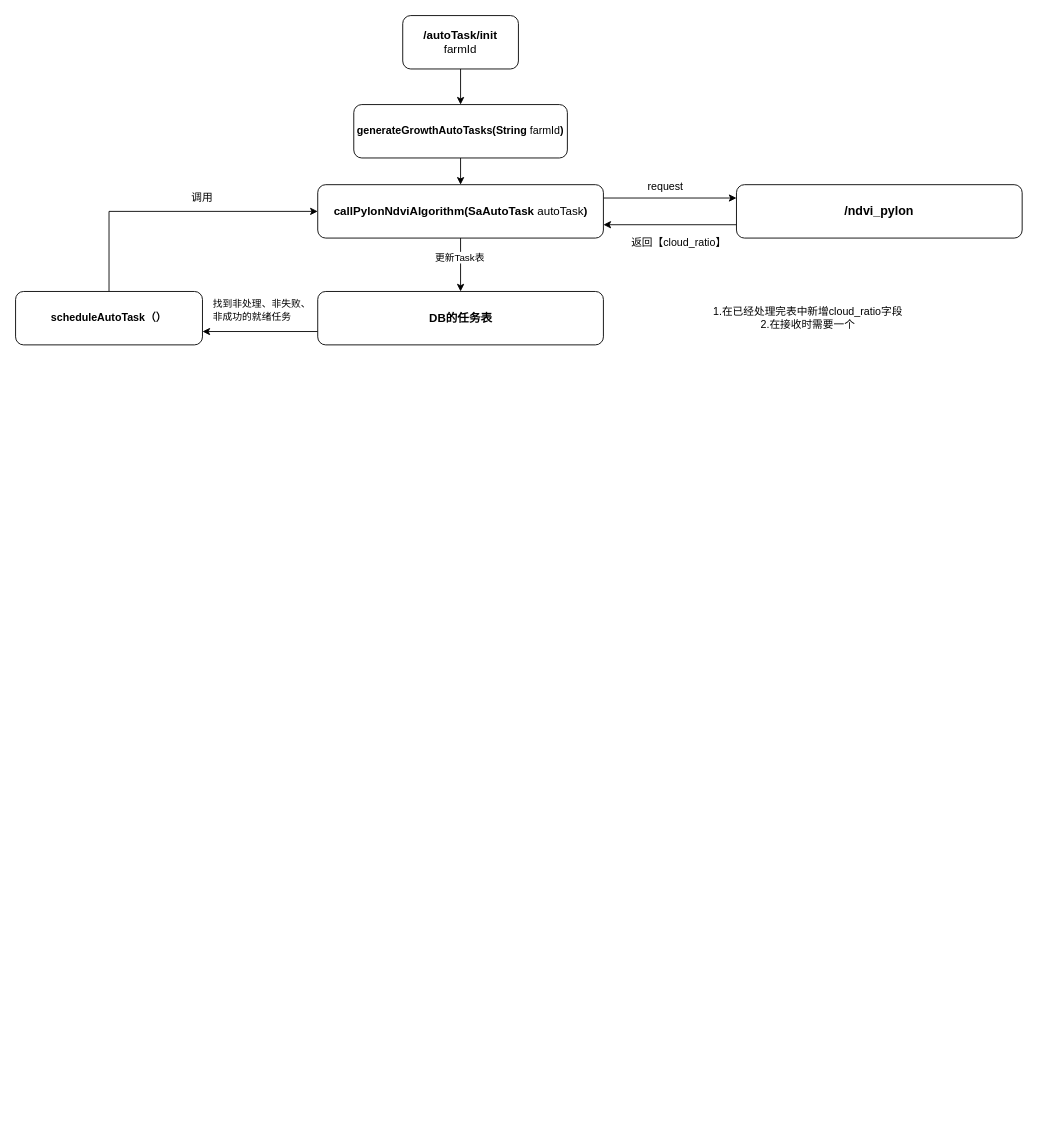
This is page "第 1 页" (1 of 2) of SA架构.drawio from RK-JD/DrawIO, a draw.io file, before an edit. Source tidied: cells renumbered, new cells numbered last; positions are measured from the earlier drawing's top-left corner, leaving out a move shared by most shapes. Both pictures are drawn from the tidied source at 89%, with x=0, y=0 at pixel (15, 15).
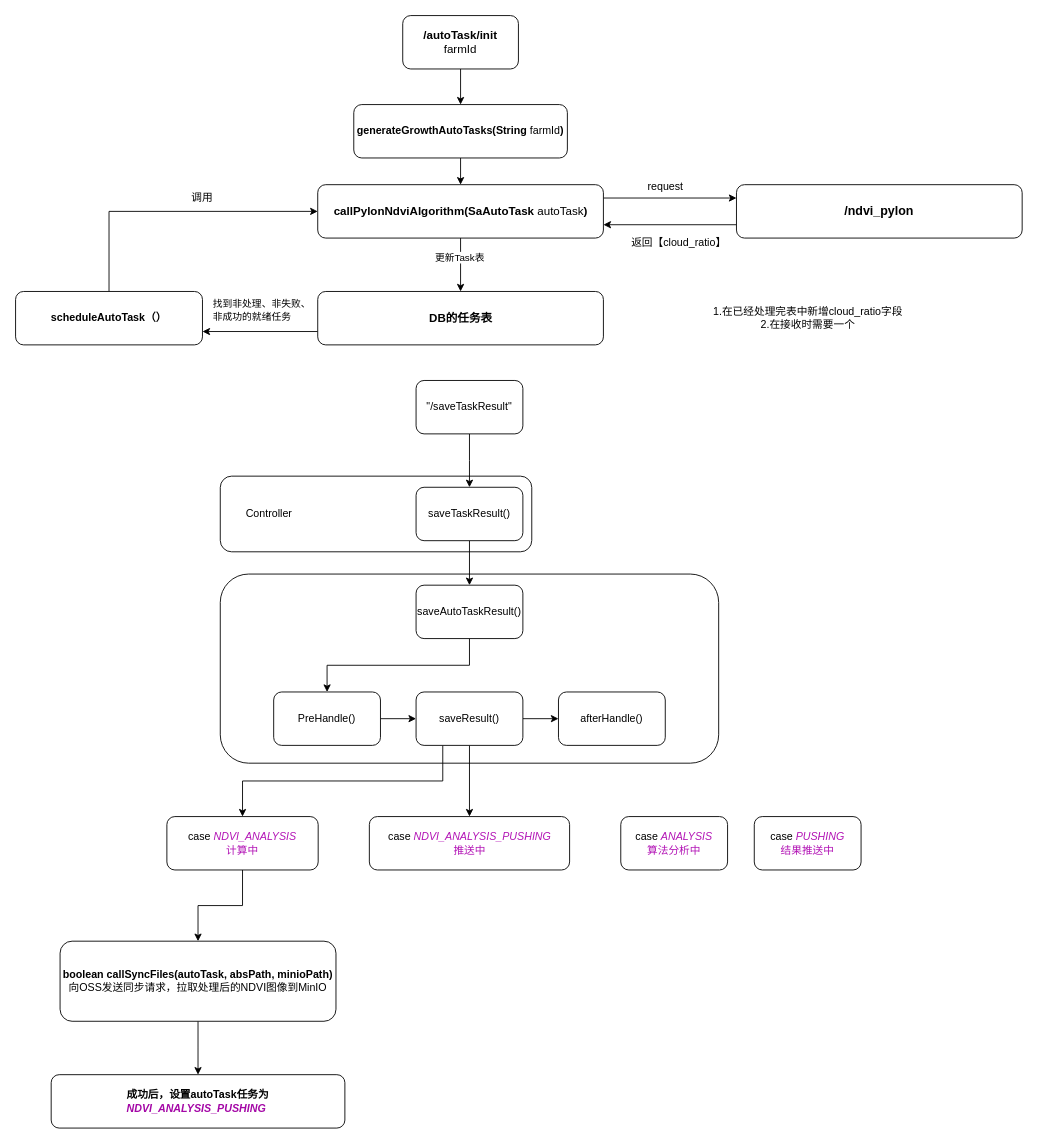
The same diagram, later.

Change to the diagram source:
```diff
@@
+    <mxCell id="21" style="rounded=1;whiteSpace=wrap;html=1;" parent="1" vertex="1">
+      <mxGeometry x="230" y="627.5" width="560" height="212.5" as="geometry" />
+    </mxCell>
+    <mxCell id="22" style="rounded=1;whiteSpace=wrap;html=1;" parent="1" vertex="1">
+      <mxGeometry x="230" y="517.5" width="350" height="85" as="geometry" />
+    </mxCell>
@@
+    <mxCell id="23" style="edgeStyle=orthogonalEdgeStyle;rounded=0;jettySize=auto;html=1;exitX=0.5;exitY=1;exitDx=0;exitDy=0;" parent="1" edge="1" source="24">
+      <mxGeometry relative="1" as="geometry">
+        <mxPoint x="510" y="530" as="targetPoint" />
+      </mxGeometry>
+    </mxCell>
+    <mxCell id="24" value="&quot;/saveTaskResult&quot;" style="rounded=1;whiteSpace=wrap;html=1;" parent="1" vertex="1">
+      <mxGeometry x="450" y="410" width="120" height="60" as="geometry" />
+    </mxCell>
+    <mxCell id="25" style="edgeStyle=orthogonalEdgeStyle;rounded=0;jettySize=auto;html=1;exitX=0.5;exitY=1;exitDx=0;exitDy=0;entryX=0.5;entryY=0;entryDx=0;entryDy=0;" parent="1" edge="1" source="26" target="28">
+      <mxGeometry relative="1" as="geometry" />
+    </mxCell>
+    <mxCell id="26" value="saveTaskResult()" style="rounded=1;whiteSpace=wrap;html=1;" parent="1" vertex="1">
+      <mxGeometry x="450" y="530" width="120" height="60" as="geometry" />
+    </mxCell>
+    <mxCell id="27" style="edgeStyle=orthogonalEdgeStyle;rounded=0;jettySize=auto;html=1;exitX=0.5;exitY=1;exitDx=0;exitDy=0;entryX=0.5;entryY=0;entryDx=0;entryDy=0;" parent="1" edge="1" source="28" target="31">
+      <mxGeometry relative="1" as="geometry" />
+    </mxCell>
+    <mxCell id="28" value="&lt;span style=&quot;text-align: left;&quot;&gt;saveAutoTaskResult&lt;/span&gt;()" style="rounded=1;whiteSpace=wrap;html=1;" parent="1" vertex="1">
+      <mxGeometry x="450" y="640" width="120" height="60" as="geometry" />
+    </mxCell>
+    <mxCell id="29" value="Controller" style="text;html=1;align=center;verticalAlign=middle;whiteSpace=wrap;rounded=0;" parent="1" vertex="1">
+      <mxGeometry x="255" y="545" width="60" height="30" as="geometry" />
+    </mxCell>
+    <mxCell id="30" style="edgeStyle=orthogonalEdgeStyle;rounded=0;jettySize=auto;html=1;exitX=1;exitY=0.5;exitDx=0;exitDy=0;" parent="1" edge="1" source="31" target="35">
+      <mxGeometry relative="1" as="geometry" />
+    </mxCell>
+    <mxCell id="31" value="&lt;span style=&quot;text-align: left;&quot;&gt;PreHandle&lt;/span&gt;()" style="rounded=1;whiteSpace=wrap;html=1;" parent="1" vertex="1">
+      <mxGeometry x="290" y="760" width="120" height="60" as="geometry" />
+    </mxCell>
+    <mxCell id="32" style="edgeStyle=orthogonalEdgeStyle;rounded=0;jettySize=auto;html=1;exitX=1;exitY=0.5;exitDx=0;exitDy=0;" parent="1" edge="1" source="35" target="36">
+      <mxGeometry relative="1" as="geometry" />
+    </mxCell>
+    <mxCell id="33" style="edgeStyle=orthogonalEdgeStyle;rounded=0;jettySize=auto;html=1;exitX=0.25;exitY=1;exitDx=0;exitDy=0;entryX=0.5;entryY=0;entryDx=0;entryDy=0;" parent="1" edge="1" source="35" target="38">
+      <mxGeometry relative="1" as="geometry" />
+    </mxCell>
+    <mxCell id="34" style="edgeStyle=orthogonalEdgeStyle;rounded=0;jettySize=auto;html=1;exitX=0.5;exitY=1;exitDx=0;exitDy=0;" parent="1" edge="1" source="35" target="39">
+      <mxGeometry relative="1" as="geometry" />
+    </mxCell>
+    <mxCell id="35" value="&lt;div style=&quot;text-align: left;&quot;&gt;&lt;span style=&quot;background-color: initial;&quot;&gt;saveResult()&lt;/span&gt;&lt;/div&gt;" style="rounded=1;whiteSpace=wrap;html=1;" parent="1" vertex="1">
+      <mxGeometry x="450" y="760" width="120" height="60" as="geometry" />
+    </mxCell>
+    <mxCell id="36" value="&lt;span style=&quot;text-align: left;&quot;&gt;afterHandle&lt;/span&gt;()" style="rounded=1;whiteSpace=wrap;html=1;" parent="1" vertex="1">
+      <mxGeometry x="610" y="760" width="120" height="60" as="geometry" />
+    </mxCell>
+    <mxCell id="37" style="edgeStyle=orthogonalEdgeStyle;rounded=0;jettySize=auto;html=1;exitX=0.5;exitY=1;exitDx=0;exitDy=0;" parent="1" edge="1" source="38" target="43">
+      <mxGeometry relative="1" as="geometry" />
+    </mxCell>
+    <mxCell id="38" value="&lt;span style=&quot;text-align: left;&quot;&gt;case &lt;i&gt;&lt;font color=&quot;#b212b5&quot;&gt;NDVI_ANALYSIS&lt;/font&gt;&lt;/i&gt;&lt;/span&gt;&lt;div&gt;&lt;span style=&quot;text-align: left;&quot;&gt;&lt;font style=&quot;&quot; color=&quot;#b212b5&quot;&gt;计算中&lt;/font&gt;&lt;/span&gt;&lt;/div&gt;" style="rounded=1;whiteSpace=wrap;html=1;" parent="1" vertex="1">
+      <mxGeometry x="170" y="900" width="170" height="60" as="geometry" />
+    </mxCell>
+    <mxCell id="39" value="&lt;span style=&quot;text-align: left;&quot;&gt;case&amp;nbsp;&lt;/span&gt;&lt;font color=&quot;#b212b5&quot;&gt;&lt;i&gt;NDVI_ANALYSIS_PUSHING&lt;/i&gt;&lt;/font&gt;&lt;div&gt;&lt;font color=&quot;#b212b5&quot;&gt;推送中&lt;/font&gt;&lt;/div&gt;" style="rounded=1;whiteSpace=wrap;html=1;" parent="1" vertex="1">
+      <mxGeometry x="397.5" y="900" width="225" height="60" as="geometry" />
+    </mxCell>
+    <mxCell id="40" value="&lt;div style=&quot;text-align: center;&quot;&gt;&lt;span style=&quot;background-color: initial; text-align: left;&quot;&gt;case&amp;nbsp;&lt;/span&gt;&lt;span style=&quot;background-color: initial;&quot;&gt;&lt;font color=&quot;#b212b5&quot;&gt;&lt;i&gt;ANALYSIS&lt;/i&gt;&lt;/font&gt;&lt;/span&gt;&lt;/div&gt;&lt;div style=&quot;text-align: center;&quot;&gt;&lt;span style=&quot;background-color: initial;&quot;&gt;&lt;font color=&quot;#b212b5&quot;&gt;算法分析中&lt;/font&gt;&lt;/span&gt;&lt;/div&gt;" style="rounded=1;whiteSpace=wrap;html=1;" parent="1" vertex="1">
+      <mxGeometry x="680" y="900" width="120" height="60" as="geometry" />
+    </mxCell>
+    <mxCell id="41" value="&lt;div style=&quot;text-align: center;&quot;&gt;&lt;span style=&quot;background-color: initial; text-align: left;&quot;&gt;case&amp;nbsp;&lt;/span&gt;&lt;span style=&quot;background-color: initial;&quot;&gt;&lt;font color=&quot;#b212b5&quot;&gt;&lt;i&gt;PUSHING&lt;/i&gt;&lt;/font&gt;&lt;/span&gt;&lt;/div&gt;&lt;div style=&quot;text-align: center;&quot;&gt;&lt;span style=&quot;background-color: initial;&quot;&gt;&lt;font color=&quot;#b212b5&quot;&gt;结果推送中&lt;/font&gt;&lt;/span&gt;&lt;/div&gt;" style="rounded=1;whiteSpace=wrap;html=1;" parent="1" vertex="1">
+      <mxGeometry x="830" y="900" width="120" height="60" as="geometry" />
+    </mxCell>
+    <mxCell id="42" style="edgeStyle=orthogonalEdgeStyle;rounded=0;jettySize=auto;html=1;exitX=0.5;exitY=1;exitDx=0;exitDy=0;" parent="1" edge="1" source="43">
+      <mxGeometry relative="1" as="geometry">
+        <mxPoint x="205" y="1190" as="targetPoint" />
+      </mxGeometry>
+    </mxCell>
+    <mxCell id="43" value="&lt;div style=&quot;text-align: center;&quot;&gt;&lt;span style=&quot;text-align: left;&quot;&gt;&lt;b&gt;boolean callSyncFiles(autoTask, absPath, minioPath)&lt;/b&gt;&lt;/span&gt;&lt;br&gt;&lt;/div&gt;&lt;div style=&quot;text-align: center;&quot;&gt;&lt;span style=&quot;text-align: left;&quot;&gt;向OSS发送同步请求，拉取处理后的NDVI图像到MinIO&lt;/span&gt;&lt;/div&gt;" style="rounded=1;whiteSpace=wrap;html=1;" parent="1" vertex="1">
+      <mxGeometry x="50" y="1040" width="310" height="90" as="geometry" />
+    </mxCell>
+    <mxCell id="44" value="&lt;div style=&quot;text-align: left;&quot;&gt;&lt;b&gt;成功后，设置autoTask任务为&lt;/b&gt;&lt;/div&gt;&lt;div style=&quot;text-align: left;&quot;&gt;&lt;b&gt;&lt;i&gt;&lt;font color=&quot;#a407a6&quot;&gt;NDVI_ANALYSIS_PUSHING&lt;/font&gt;&lt;/i&gt;&lt;/b&gt;&lt;/div&gt;" style="rounded=1;whiteSpace=wrap;html=1;" parent="1" vertex="1">
+      <mxGeometry x="40" y="1190" width="330" height="60" as="geometry" />
+    </mxCell>
```
